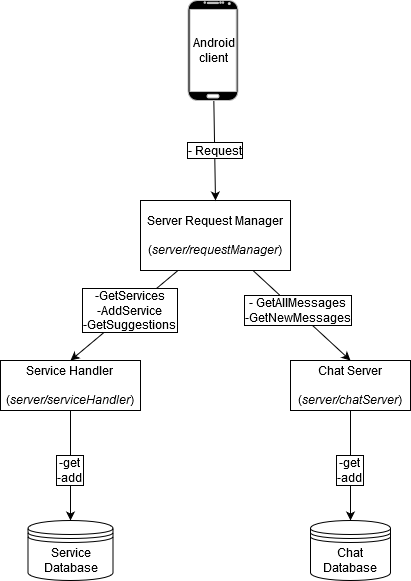
This is imgs/server_modules.png from CLewisS/321-project, a draw.io export, as it was before one commit. Source tidied: cells renumbered, new cells last; positions are measured from the earlier drawing's top-left corner, leaving out a move shared by most shapes. Source of this version:
```xml
<mxGraphModel>
  <root>
    <mxCell id="0" />
    <mxCell id="1" parent="0" />
    <mxCell id="2" style="edgeStyle=none;rounded=0;jettySize=auto;html=1;exitX=0.5;exitY=1;exitDx=0;exitDy=0;entryX=0.5;entryY=0;entryDx=0;entryDy=0;" parent="1" edge="1" source="3" target="13">
      <mxGeometry relative="1" as="geometry" />
    </mxCell>
    <mxCell id="3" value="&lt;div&gt;Chat Server&lt;/div&gt;&lt;div&gt;&lt;br&gt;&lt;/div&gt;&lt;div&gt;(&lt;i&gt;server/chatServer&lt;/i&gt;)&lt;br&gt;&lt;/div&gt;" style="rounded=0;whiteSpace=wrap;html=1;" parent="1" vertex="1">
      <mxGeometry x="290" y="360" width="120" height="50" as="geometry" />
    </mxCell>
    <mxCell id="4" style="edgeStyle=none;rounded=0;jettySize=auto;html=1;exitX=0.5;exitY=1;exitDx=0;exitDy=0;entryX=0.5;entryY=0;entryDx=0;entryDy=0;" parent="1" edge="1" source="5" target="14">
      <mxGeometry relative="1" as="geometry" />
    </mxCell>
    <mxCell id="5" value="&lt;div&gt;Service Handler&lt;/div&gt;&lt;div&gt;&lt;br&gt;&lt;/div&gt;&lt;div&gt;(&lt;i&gt;server/serviceHandler&lt;/i&gt;)&lt;br&gt;&lt;/div&gt;" style="rounded=0;whiteSpace=wrap;html=1;" parent="1" vertex="1">
      <mxGeometry y="360" width="140" height="50" as="geometry" />
    </mxCell>
    <mxCell id="6" style="rounded=0;jettySize=auto;html=1;exitX=0.25;exitY=1;exitDx=0;exitDy=0;entryX=0.5;entryY=0;entryDx=0;entryDy=0;" parent="1" edge="1" source="8" target="5">
      <mxGeometry relative="1" as="geometry" />
    </mxCell>
    <mxCell id="7" style="edgeStyle=none;rounded=0;jettySize=auto;html=1;exitX=0.75;exitY=1;exitDx=0;exitDy=0;entryX=0.5;entryY=0;entryDx=0;entryDy=0;" parent="1" edge="1" source="8" target="3">
      <mxGeometry relative="1" as="geometry" />
    </mxCell>
    <mxCell id="8" value="&lt;div&gt;Server Request Manager&lt;/div&gt;&lt;div&gt;&lt;br&gt;&lt;/div&gt;&lt;div&gt;(&lt;i&gt;server/requestManager&lt;/i&gt;)&lt;br&gt;&lt;/div&gt;" style="rounded=0;whiteSpace=wrap;html=1;" parent="1" vertex="1">
      <mxGeometry x="140" y="200" width="150" height="70" as="geometry" />
    </mxCell>
    <mxCell id="9" value="&lt;div&gt;- GetAllMessages&lt;/div&gt;&lt;div&gt;-GetNewMessages&lt;br&gt;&lt;/div&gt;" style="text;html=1;strokeColor=none;fillColor=none;align=center;verticalAlign=middle;whiteSpace=wrap;rounded=0;labelBackgroundColor=#FFFFFF;labelBorderColor=#000000;" parent="1" vertex="1">
      <mxGeometry x="237.5" y="280" width="120" height="60" as="geometry" />
    </mxCell>
    <mxCell id="10" value="&lt;div&gt;-GetServices&lt;/div&gt;&lt;div&gt;-AddService&lt;/div&gt;&lt;div&gt;-GetSuggestions&lt;br&gt;&lt;/div&gt;" style="text;html=1;strokeColor=none;fillColor=none;align=center;verticalAlign=middle;whiteSpace=wrap;rounded=0;labelBackgroundColor=#FFFFFF;labelBorderColor=#000000;" parent="1" vertex="1">
      <mxGeometry x="70" y="280" width="120" height="60" as="geometry" />
    </mxCell>
    <mxCell id="11" value="&lt;div&gt;-get&lt;/div&gt;&lt;div&gt;-add&lt;br&gt;&lt;/div&gt;" style="text;html=1;strokeColor=none;fillColor=none;align=center;verticalAlign=middle;whiteSpace=wrap;rounded=0;labelBackgroundColor=#FFFFFF;labelBorderColor=#000000;" parent="1" vertex="1">
      <mxGeometry x="290" y="440" width="120" height="60" as="geometry" />
    </mxCell>
    <mxCell id="12" value="&lt;div&gt;-get&lt;/div&gt;&lt;div&gt;-add&lt;br&gt;&lt;/div&gt;" style="text;html=1;strokeColor=none;fillColor=none;align=center;verticalAlign=middle;whiteSpace=wrap;rounded=0;labelBackgroundColor=#FFFFFF;labelBorderColor=#000000;" parent="1" vertex="1">
      <mxGeometry x="10" y="440" width="120" height="60" as="geometry" />
    </mxCell>
    <mxCell id="13" value="Chat Database" style="shape=datastore;whiteSpace=wrap;html=1;" parent="1" vertex="1">
      <mxGeometry x="310" y="520" width="80" height="60" as="geometry" />
    </mxCell>
    <mxCell id="14" value="Service Database" style="shape=datastore;whiteSpace=wrap;html=1;" parent="1" vertex="1">
      <mxGeometry x="27.5" y="520" width="85" height="60" as="geometry" />
    </mxCell>
    <mxCell id="15" style="edgeStyle=none;rounded=0;jettySize=auto;html=1;entryX=0.5;entryY=0;entryDx=0;entryDy=0;" parent="1" edge="1" source="16" target="8">
      <mxGeometry relative="1" as="geometry" />
    </mxCell>
    <mxCell id="16" style="verticalLabelPosition=bottom;verticalAlign=top;html=1;shadow=0;dashed=0;strokeWidth=1;shape=mxgraph.android.phone2;strokeColor=#c0c0c0;fillColor=#000000;" parent="1" vertex="1">
      <mxGeometry x="187.5" width="50" height="100" as="geometry" />
    </mxCell>
    <mxCell id="17" value="&lt;div&gt;- Request&lt;br&gt;&lt;/div&gt;" style="text;html=1;strokeColor=none;fillColor=none;align=center;verticalAlign=middle;whiteSpace=wrap;rounded=0;labelBackgroundColor=#FFFFFF;labelBorderColor=#000000;" parent="1" vertex="1">
      <mxGeometry x="170" y="140" width="90" height="20" as="geometry" />
    </mxCell>
    <mxCell id="18" value="&lt;div&gt;Android &lt;br&gt;&lt;/div&gt;&lt;div&gt;client&lt;/div&gt;" style="text;html=1;align=center;verticalAlign=middle;" parent="1" vertex="1">
      <mxGeometry x="182.5" y="35" width="60" height="30" as="geometry" />
    </mxCell>
  </root>
</mxGraphModel>
```
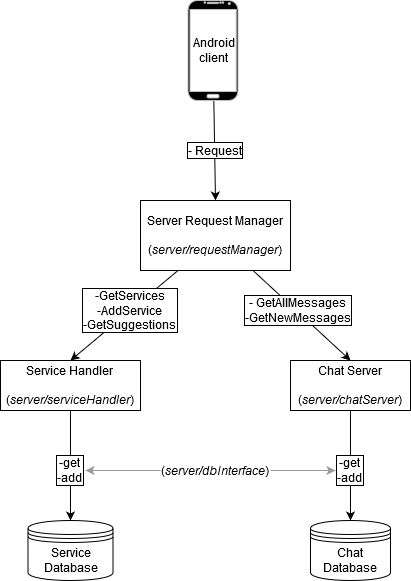
Later version of the same file.

Diff of the diagram source:
```diff
@@ -30,10 +30,10 @@
       <mxGeometry x="70" y="280" width="120" height="60" as="geometry" />
     </mxCell>
     <mxCell id="11" value="&lt;div&gt;-get&lt;/div&gt;&lt;div&gt;-add&lt;br&gt;&lt;/div&gt;" style="text;html=1;strokeColor=none;fillColor=none;align=center;verticalAlign=middle;whiteSpace=wrap;rounded=0;labelBackgroundColor=#FFFFFF;labelBorderColor=#000000;" parent="1" vertex="1">
-      <mxGeometry x="290" y="440" width="120" height="60" as="geometry" />
+      <mxGeometry x="335" y="455" width="30" height="30" as="geometry" />
     </mxCell>
     <mxCell id="12" value="&lt;div&gt;-get&lt;/div&gt;&lt;div&gt;-add&lt;br&gt;&lt;/div&gt;" style="text;html=1;strokeColor=none;fillColor=none;align=center;verticalAlign=middle;whiteSpace=wrap;rounded=0;labelBackgroundColor=#FFFFFF;labelBorderColor=#000000;" parent="1" vertex="1">
-      <mxGeometry x="10" y="440" width="120" height="60" as="geometry" />
+      <mxGeometry x="55" y="455" width="30" height="30" as="geometry" />
     </mxCell>
     <mxCell id="13" value="Chat Database" style="shape=datastore;whiteSpace=wrap;html=1;" parent="1" vertex="1">
       <mxGeometry x="310" y="520" width="80" height="60" as="geometry" />
@@ -53,5 +53,14 @@
     <mxCell id="18" value="&lt;div&gt;Android &lt;br&gt;&lt;/div&gt;&lt;div&gt;client&lt;/div&gt;" style="text;html=1;align=center;verticalAlign=middle;" parent="1" vertex="1">
       <mxGeometry x="182.5" y="35" width="60" height="30" as="geometry" />
     </mxCell>
+    <mxCell id="19" style="edgeStyle=orthogonalEdgeStyle;rounded=0;jettySize=auto;html=1;exitX=0;exitY=0.5;exitDx=0;exitDy=0;strokeWidth=1;strokeColor=#999999;" parent="1" edge="1" source="21" target="12">
+      <mxGeometry relative="1" as="geometry" />
+    </mxCell>
+    <mxCell id="20" style="edgeStyle=orthogonalEdgeStyle;rounded=0;jettySize=auto;html=1;exitX=1;exitY=0.5;exitDx=0;exitDy=0;entryX=0;entryY=0.5;entryDx=0;entryDy=0;strokeColor=#999999;" parent="1" edge="1" source="21" target="11">
+      <mxGeometry relative="1" as="geometry" />
+    </mxCell>
+    <mxCell id="21" value="(&lt;i&gt;server/dbInterface&lt;/i&gt;)" style="text;html=1;strokeColor=none;fillColor=none;align=center;verticalAlign=middle;whiteSpace=wrap;rounded=0;" parent="1" vertex="1">
+      <mxGeometry x="160" y="460" width="110" height="20" as="geometry" />
+    </mxCell>
   </root>
 </mxGraphModel>
```
